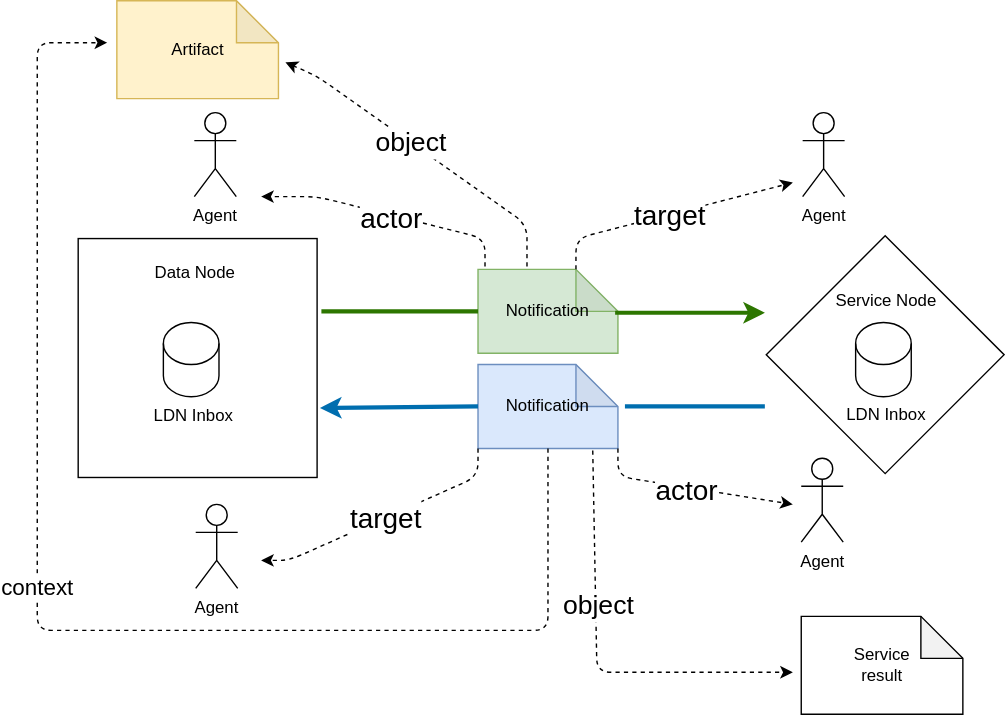
Above: images/network.svg in MellonScholarlyCommunication/spec-notifications (draw.io), before the change. Source tidied: cells renumbered, new cells last; positions are measured from the earlier drawing's top-left corner, leaving out a move shared by most shapes.
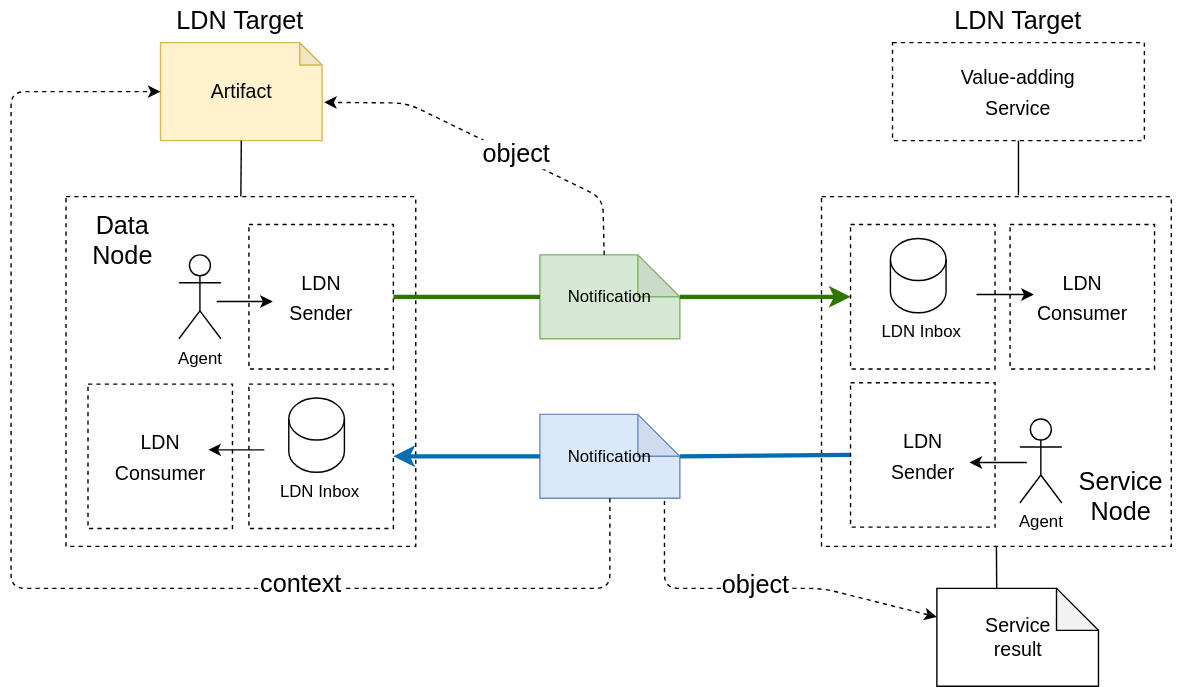
After the change.

What changed in the source:
```diff
@@ -2,152 +2,179 @@
   <root>
     <mxCell id="0" />
     <mxCell id="1" parent="0" />
+    <mxCell id="35" style="whiteSpace=wrap;html=1;dashed=1;" parent="1" vertex="1">
+      <mxGeometry x="539.2" y="170" width="250" height="250" as="geometry" />
+    </mxCell>
-    <mxCell id="2" style="whiteSpace=wrap;html=1;" parent="1" vertex="1">
-      <mxGeometry x="29.2" y="170" width="170.8" height="170.8" as="geometry" />
+    <mxCell id="2" style="whiteSpace=wrap;html=1;dashed=1;" parent="1" vertex="1">
+      <mxGeometry x="-0.8" y="170" width="250" height="250" as="geometry" />
     </mxCell>
-    <mxCell id="3" style="rhombus;whiteSpace=wrap;html=1;" parent="1" vertex="1">
-      <mxGeometry x="521" y="168" width="170" height="170" as="geometry" />
-    </mxCell>
     <mxCell id="4" value="Notification" style="shape=note;whiteSpace=wrap;html=1;backgroundOutline=1;darkOpacity=0.05;fillColor=#d5e8d4;strokeColor=#82b366;" parent="1" vertex="1">
-      <mxGeometry x="315" y="192" width="100" height="60" as="geometry" />
+      <mxGeometry x="338" y="211.6" width="100" height="60" as="geometry" />
     </mxCell>
-    <mxCell id="5" style="endArrow=none;html=1;rounded=0;exitX=1.018;exitY=0.305;exitDx=0;exitDy=0;entryX=0;entryY=0.5;entryDx=0;entryDy=0;entryPerimeter=0;exitPerimeter=0;strokeWidth=3;fillColor=#60a917;strokeColor=#2D7600;" parent="1" edge="1" source="2" target="4">
+    <mxCell id="5" style="endArrow=none;html=1;rounded=0;strokeWidth=3;fillColor=#60a917;strokeColor=#2D7600;exitX=1;exitY=0.5;exitDx=0;exitDy=0;entryX=0;entryY=0.5;entryDx=0;entryDy=0;entryPerimeter=0;" parent="1" edge="1" source="41" target="4">
       <mxGeometry relative="1" as="geometry" />
     </mxCell>
-    <mxCell id="6" value="Artifact" style="shape=note;whiteSpace=wrap;html=1;backgroundOutline=1;darkOpacity=0.05;fillColor=#fff2cc;strokeColor=#d6b656;" parent="1" vertex="1">
-      <mxGeometry x="56.9" width="115.5" height="70" as="geometry" />
+    <mxCell id="6" value="&lt;font style=&quot;font-size: 14px;&quot;&gt;Artifact&lt;/font&gt;" style="shape=note;whiteSpace=wrap;html=1;backgroundOutline=1;darkOpacity=0.05;fillColor=#fff2cc;strokeColor=#d6b656;size=16;" parent="1" vertex="1">
+      <mxGeometry x="66.8" y="60" width="115.5" height="70" as="geometry" />
     </mxCell>
-    <mxCell id="7" value="Agent" style="shape=umlActor;verticalLabelPosition=bottom;verticalAlign=top;html=1;" parent="1" vertex="1">
-      <mxGeometry x="112.2" y="80" width="30" height="60" as="geometry" />
-    </mxCell>
-    <mxCell id="8" value="Agent" style="shape=umlActor;verticalLabelPosition=bottom;verticalAlign=top;html=1;" parent="1" vertex="1">
-      <mxGeometry x="546" y="327" width="30" height="60" as="geometry" />
-    </mxCell>
-    <mxCell id="9" style="endArrow=classic;html=1;rounded=0;entryX=0.065;entryY=0.559;entryDx=0;entryDy=0;entryPerimeter=0;strokeWidth=3;fillColor=#60a917;strokeColor=#2D7600;" parent="1" edge="1">
-      <mxGeometry relative="1" as="geometry">
-        <mxPoint x="413" y="223" as="sourcePoint" />
-        <mxPoint x="520" y="223" as="targetPoint" />
-      </mxGeometry>
-    </mxCell>
-    <mxCell id="10" style="shape=cylinder3;whiteSpace=wrap;html=1;boundedLbl=1;backgroundOutline=1;size=15;" parent="1" vertex="1">
-      <mxGeometry x="90.1" y="230" width="39.8" height="53" as="geometry" />
-    </mxCell>
-    <mxCell id="11" value="LDN Inbox" style="text;html=1;strokeColor=none;fillColor=none;align=center;verticalAlign=middle;whiteSpace=wrap;rounded=0;" parent="1" vertex="1">
-      <mxGeometry x="82.2" y="282" width="60" height="30" as="geometry" />
-    </mxCell>
-    <mxCell id="12" style="shape=cylinder3;whiteSpace=wrap;html=1;boundedLbl=1;backgroundOutline=1;size=15;" parent="1" vertex="1">
-      <mxGeometry x="584.9" y="230" width="39.8" height="53" as="geometry" />
-    </mxCell>
-    <mxCell id="13" value="LDN Inbox" style="text;html=1;strokeColor=none;fillColor=none;align=center;verticalAlign=middle;whiteSpace=wrap;rounded=0;" parent="1" vertex="1">
-      <mxGeometry x="577" y="281" width="60" height="30" as="geometry" />
-    </mxCell>
-    <mxCell id="14" style="endArrow=classic;html=1;rounded=1;entryX=1.043;entryY=0.629;entryDx=0;entryDy=0;entryPerimeter=0;dashed=1;" parent="1" edge="1" target="6">
-      <mxGeometry relative="1" as="geometry">
-        <mxPoint x="350" y="190" as="sourcePoint" />
-        <Array as="points">
-          <mxPoint x="350" y="160" />
-          <mxPoint x="200" y="54" />
-        </Array>
-      </mxGeometry>
-    </mxCell>
-    <mxCell id="15" value="&lt;font style=&quot;font-size: 19px&quot;&gt;object&lt;/font&gt;" style="edgeLabel;html=1;align=center;verticalAlign=middle;fontSize=16;" parent="14" vertex="1">
-      <mxGeometry x="0.11" y="1" relative="1" as="geometry" />
-    </mxCell>
-    <mxCell id="16" value="Data Node" style="text;html=1;strokeColor=none;fillColor=none;align=center;verticalAlign=middle;whiteSpace=wrap;rounded=0;" parent="1" vertex="1">
-      <mxGeometry x="83.2" y="180" width="60" height="30" as="geometry" />
+    <mxCell id="16" value="&lt;font style=&quot;font-size: 18px;&quot;&gt;Data &lt;br&gt;Node&lt;/font&gt;" style="text;html=1;strokeColor=none;fillColor=none;align=center;verticalAlign=middle;whiteSpace=wrap;rounded=0;" parent="1" vertex="1">
+      <mxGeometry x="-10" y="176.6" width="100" height="50" as="geometry" />
     </mxCell>
-    <mxCell id="17" value="Service Node" style="text;html=1;strokeColor=none;fillColor=none;align=center;verticalAlign=middle;whiteSpace=wrap;rounded=0;" parent="1" vertex="1">
-      <mxGeometry x="567" y="200" width="80" height="30" as="geometry" />
-    </mxCell>
-    <mxCell id="18" style="endArrow=classic;html=1;rounded=1;dashed=1;" parent="1" edge="1">
-      <mxGeometry relative="1" as="geometry">
-        <mxPoint x="320" y="190" as="sourcePoint" />
-        <mxPoint x="160" y="140" as="targetPoint" />
-        <Array as="points">
-          <mxPoint x="320" y="170" />
-          <mxPoint x="200" y="140" />
-        </Array>
-      </mxGeometry>
-    </mxCell>
-    <mxCell id="19" value="&lt;font style=&quot;font-size: 20px&quot;&gt;actor&lt;/font&gt;" style="edgeLabel;html=1;align=center;verticalAlign=middle;" parent="18" vertex="1">
-      <mxGeometry x="-0.03" y="1" relative="1" as="geometry" />
-    </mxCell>
-    <mxCell id="20" value="&lt;font style=&quot;font-size: 20px&quot;&gt;target&lt;/font&gt;" style="endArrow=classic;html=1;rounded=1;dashed=1;exitX=0;exitY=0;exitDx=70;exitDy=0;exitPerimeter=0;" parent="1" edge="1" source="4">
-      <mxGeometry relative="1" as="geometry">
-        <mxPoint x="540" y="130" as="targetPoint" />
-        <Array as="points">
-          <mxPoint x="385" y="170" />
-        </Array>
-      </mxGeometry>
-    </mxCell>
     <mxCell id="21" value="Notification" style="shape=note;whiteSpace=wrap;html=1;backgroundOutline=1;darkOpacity=0.05;fillColor=#dae8fc;strokeColor=#6c8ebf;" parent="1" vertex="1">
-      <mxGeometry x="315" y="260" width="100" height="60" as="geometry" />
+      <mxGeometry x="338" y="325.6" width="100" height="60" as="geometry" />
     </mxCell>
-    <mxCell id="22" style="endArrow=none;html=1;rounded=0;fillColor=#1ba1e2;strokeColor=#006EAF;strokeWidth=3;" parent="1" edge="1">
-      <mxGeometry relative="1" as="geometry">
-        <mxPoint x="420" y="290" as="sourcePoint" />
-        <mxPoint x="520" y="290" as="targetPoint" />
-      </mxGeometry>
+    <mxCell id="22" style="endArrow=none;html=1;rounded=0;fillColor=#1ba1e2;strokeColor=#006EAF;strokeWidth=3;entryX=0;entryY=0.5;entryDx=0;entryDy=0;exitX=0;exitY=0;exitDx=100;exitDy=30;exitPerimeter=0;" parent="1" edge="1" source="21" target="50">
+      <mxGeometry relative="1" as="geometry" />
     </mxCell>
+    <mxCell id="9" style="endArrow=classic;html=1;rounded=0;strokeWidth=3;fillColor=#60a917;strokeColor=#2D7600;entryX=0;entryY=0.5;entryDx=0;entryDy=0;exitX=0;exitY=0;exitDx=100;exitDy=30;exitPerimeter=0;" parent="1" edge="1" source="4" target="48">
+      <mxGeometry relative="1" as="geometry" />
+    </mxCell>
-    <mxCell id="23" style="endArrow=classic;html=1;rounded=0;exitX=0;exitY=0.5;exitDx=0;exitDy=0;exitPerimeter=0;entryX=1.012;entryY=0.709;entryDx=0;entryDy=0;entryPerimeter=0;fillColor=#1ba1e2;strokeColor=#006EAF;strokeWidth=3;" parent="1" edge="1" source="21" target="2">
+    <mxCell id="23" style="endArrow=classic;html=1;rounded=0;fillColor=#1ba1e2;strokeColor=#006EAF;strokeWidth=3;exitX=0;exitY=0.5;exitDx=0;exitDy=0;exitPerimeter=0;entryX=1;entryY=0.5;entryDx=0;entryDy=0;" parent="1" edge="1" source="21" target="40">
       <mxGeometry relative="1" as="geometry" />
     </mxCell>
-    <mxCell id="24" style="endArrow=classic;html=1;rounded=1;dashed=1;exitX=0.5;exitY=1;exitDx=0;exitDy=0;exitPerimeter=0;" parent="1" edge="1" source="21">
-      <mxGeometry relative="1" as="geometry">
-        <mxPoint x="50" y="30" as="targetPoint" />
-        <Array as="points">
-          <mxPoint x="365" y="340" />
-          <mxPoint x="365" y="450" />
-          <mxPoint y="450" />
-          <mxPoint y="30" />
-        </Array>
-      </mxGeometry>
-    </mxCell>
-    <mxCell id="25" value="context" style="edgeLabel;html=1;align=center;verticalAlign=middle;fontSize=16;" parent="24" vertex="1">
-      <mxGeometry x="0.09" y="1" relative="1" as="geometry" />
-    </mxCell>
-    <mxCell id="26" value="Agent" style="shape=umlActor;verticalLabelPosition=bottom;verticalAlign=top;html=1;" parent="1" vertex="1">
-      <mxGeometry x="113.2" y="360" width="30" height="60" as="geometry" />
-    </mxCell>
     <mxCell id="27" value="Agent" style="shape=umlActor;verticalLabelPosition=bottom;verticalAlign=top;html=1;" parent="1" vertex="1">
-      <mxGeometry x="547" y="80" width="30" height="60" as="geometry" />
+      <mxGeometry x="80" y="211.6" width="30" height="60" as="geometry" />
     </mxCell>
-    <mxCell id="28" style="endArrow=classic;html=1;rounded=1;dashed=1;exitX=1;exitY=1;exitDx=0;exitDy=0;exitPerimeter=0;" parent="1" edge="1" source="21">
-      <mxGeometry relative="1" as="geometry">
-        <mxPoint x="540" y="360" as="targetPoint" />
-        <Array as="points">
-          <mxPoint x="415" y="340" />
-        </Array>
-      </mxGeometry>
-    </mxCell>
-    <mxCell id="29" value="&lt;font style=&quot;font-size: 20px&quot;&gt;actor&lt;/font&gt;" style="edgeLabel;html=1;align=center;verticalAlign=middle;" parent="28" vertex="1">
-      <mxGeometry x="-0.06" y="-1" relative="1" as="geometry" />
-    </mxCell>
-    <mxCell id="30" style="endArrow=classic;html=1;rounded=1;dashed=1;exitX=0;exitY=1;exitDx=0;exitDy=0;exitPerimeter=0;" parent="1" edge="1" source="21">
-      <mxGeometry relative="1" as="geometry">
-        <mxPoint x="160" y="400" as="targetPoint" />
-        <Array as="points">
-          <mxPoint x="315" y="340" />
-          <mxPoint x="180" y="400" />
-        </Array>
-      </mxGeometry>
-    </mxCell>
-    <mxCell id="31" value="&lt;font style=&quot;font-size: 20px&quot;&gt;target&lt;/font&gt;" style="edgeLabel;html=1;align=center;verticalAlign=middle;" parent="30" vertex="1">
-      <mxGeometry x="-0.02" y="-1" relative="1" as="geometry" />
-    </mxCell>
-    <mxCell id="32" value="Service&lt;br&gt;result" style="shape=note;whiteSpace=wrap;html=1;backgroundOutline=1;darkOpacity=0.05;" parent="1" vertex="1">
-      <mxGeometry x="546" y="440" width="115.5" height="70" as="geometry" />
+    <mxCell id="32" value="&lt;font style=&quot;font-size: 14px;&quot;&gt;Service&lt;br&gt;result&lt;/font&gt;" style="shape=note;whiteSpace=wrap;html=1;backgroundOutline=1;darkOpacity=0.05;" parent="1" vertex="1">
+      <mxGeometry x="621.7" y="450" width="115.5" height="70" as="geometry" />
     </mxCell>
-    <mxCell id="33" style="endArrow=classic;html=1;rounded=1;exitX=0.82;exitY=1.025;exitDx=0;exitDy=0;exitPerimeter=0;dashed=1;" parent="1" edge="1" source="21">
+    <mxCell id="33" style="endArrow=classic;html=1;rounded=1;dashed=1;entryX=0.987;entryY=0.593;entryDx=0;entryDy=0;entryPerimeter=0;exitX=0.43;exitY=-0.019;exitDx=0;exitDy=0;exitPerimeter=0;" parent="1" edge="1">
       <mxGeometry relative="1" as="geometry">
-        <mxPoint x="540" y="480" as="targetPoint" />
+        <mxPoint x="383.9" y="211.6" as="sourcePoint" />
+        <mxPoint x="183.7" y="102.6" as="targetPoint" />
         <Array as="points">
-          <mxPoint x="400" y="480" />
+          <mxPoint x="382.9" y="171.1" />
+          <mxPoint x="242.9" y="103.1" />
         </Array>
       </mxGeometry>
     </mxCell>
-    <mxCell id="34" value="&lt;font style=&quot;font-size: 19px&quot;&gt;object&lt;/font&gt;" style="edgeLabel;html=1;align=center;verticalAlign=middle;" parent="33" vertex="1">
-      <mxGeometry x="-0.26" y="1" relative="1" as="geometry" />
-    </mxCell>
+    <mxCell id="36" value="&lt;font style=&quot;font-size: 18px;&quot;&gt;object&lt;/font&gt;" style="edgeLabel;html=1;align=center;verticalAlign=middle;" parent="33" vertex="1">
+      <mxGeometry x="0.43" y="1" relative="1" as="geometry">
+        <mxPoint x="66" y="30" as="offset" />
+      </mxGeometry>
+    </mxCell>
+    <mxCell id="37" style="group;" parent="1" vertex="1">
+      <mxGeometry x="130" y="304" width="103.2" height="103.2" as="geometry" />
+    </mxCell>
+    <mxCell id="38" style="shape=cylinder3;whiteSpace=wrap;html=1;boundedLbl=1;backgroundOutline=1;size=15;" parent="37" vertex="1">
+      <mxGeometry x="28.5" y="10" width="39.8" height="53" as="geometry" />
+    </mxCell>
+    <mxCell id="39" value="LDN Inbox" style="text;html=1;strokeColor=none;fillColor=none;align=center;verticalAlign=middle;whiteSpace=wrap;rounded=0;" parent="37" vertex="1">
+      <mxGeometry x="20.6" y="62" width="60" height="30" as="geometry" />
+    </mxCell>
+    <mxCell id="40" style="whiteSpace=wrap;html=1;dashed=1;fillColor=none;" parent="37" vertex="1">
+      <mxGeometry width="103.2" height="103.2" as="geometry" />
+    </mxCell>
+    <mxCell id="41" style="whiteSpace=wrap;html=1;dashed=1;fillColor=none;" parent="1" vertex="1">
+      <mxGeometry x="130" y="190" width="103.2" height="103.2" as="geometry" />
+    </mxCell>
+    <mxCell id="42" style="whiteSpace=wrap;html=1;dashed=1;fillColor=none;" parent="1" vertex="1">
+      <mxGeometry x="15" y="304" width="103.2" height="103.2" as="geometry" />
+    </mxCell>
+    <mxCell id="43" value="&lt;font style=&quot;font-size: 14px;&quot;&gt;LDN Sender&lt;/font&gt;" style="text;html=1;strokeColor=none;fillColor=none;align=center;verticalAlign=middle;whiteSpace=wrap;rounded=0;fontSize=18;" parent="1" vertex="1">
+      <mxGeometry x="151.6" y="226.6" width="60" height="30" as="geometry" />
+    </mxCell>
+    <mxCell id="44" value="&lt;font style=&quot;font-size: 14px;&quot;&gt;LDN&lt;br&gt;Consumer&lt;/font&gt;" style="text;html=1;strokeColor=none;fillColor=none;align=center;verticalAlign=middle;whiteSpace=wrap;rounded=0;fontSize=18;" parent="1" vertex="1">
+      <mxGeometry x="36.6" y="340.6" width="60" height="30" as="geometry" />
+    </mxCell>
+    <mxCell id="17" value="&lt;font style=&quot;font-size: 18px;&quot;&gt;Service &lt;br&gt;Node&lt;/font&gt;" style="text;html=1;strokeColor=none;fillColor=none;align=center;verticalAlign=middle;whiteSpace=wrap;rounded=0;" parent="1" vertex="1">
+      <mxGeometry x="695.6" y="360" width="114.5" height="50" as="geometry" />
+    </mxCell>
+    <mxCell id="45" style="group;" parent="1" vertex="1">
+      <mxGeometry x="560" y="190" width="103.2" height="103.2" as="geometry" />
+    </mxCell>
+    <mxCell id="46" style="shape=cylinder3;whiteSpace=wrap;html=1;boundedLbl=1;backgroundOutline=1;size=15;" parent="45" vertex="1">
+      <mxGeometry x="28.5" y="10" width="39.8" height="53" as="geometry" />
+    </mxCell>
+    <mxCell id="47" value="LDN Inbox" style="text;html=1;strokeColor=none;fillColor=none;align=center;verticalAlign=middle;whiteSpace=wrap;rounded=0;" parent="45" vertex="1">
+      <mxGeometry x="20.6" y="62" width="60" height="30" as="geometry" />
+    </mxCell>
+    <mxCell id="48" style="whiteSpace=wrap;html=1;dashed=1;fillColor=none;" parent="45" vertex="1">
+      <mxGeometry width="103.2" height="103.2" as="geometry" />
+    </mxCell>
+    <mxCell id="49" style="endArrow=classic;html=1;rounded=0;fontSize=14;" parent="45" edge="1">
+      <mxGeometry relative="1" as="geometry">
+        <mxPoint x="90" y="50" as="sourcePoint" />
+        <mxPoint x="131" y="50" as="targetPoint" />
+      </mxGeometry>
+    </mxCell>
+    <mxCell id="50" style="whiteSpace=wrap;html=1;dashed=1;fillColor=none;" parent="1" vertex="1">
+      <mxGeometry x="560" y="303" width="103.2" height="103.2" as="geometry" />
+    </mxCell>
+    <mxCell id="51" style="whiteSpace=wrap;html=1;dashed=1;fillColor=none;" parent="1" vertex="1">
+      <mxGeometry x="674" y="190" width="103.2" height="103.2" as="geometry" />
+    </mxCell>
+    <mxCell id="52" value="&lt;font style=&quot;font-size: 14px;&quot;&gt;LDN Sender&lt;/font&gt;" style="text;html=1;strokeColor=none;fillColor=none;align=center;verticalAlign=middle;whiteSpace=wrap;rounded=0;fontSize=18;" parent="1" vertex="1">
+      <mxGeometry x="581.6" y="339.6" width="60" height="30" as="geometry" />
+    </mxCell>
+    <mxCell id="53" value="&lt;font style=&quot;font-size: 14px;&quot;&gt;LDN&lt;br&gt;Consumer&lt;/font&gt;" style="text;html=1;strokeColor=none;fillColor=none;align=center;verticalAlign=middle;whiteSpace=wrap;rounded=0;fontSize=18;" parent="1" vertex="1">
+      <mxGeometry x="695.6" y="226.6" width="60" height="30" as="geometry" />
+    </mxCell>
+    <mxCell id="54" style="endArrow=classic;html=1;rounded=1;dashed=1;exitX=0.89;exitY=1.031;exitDx=0;exitDy=0;exitPerimeter=0;" parent="1" edge="1" source="21" target="32">
+      <mxGeometry relative="1" as="geometry">
+        <Array as="points">
+          <mxPoint x="427" y="450" />
+          <mxPoint x="540" y="450" />
+        </Array>
+      </mxGeometry>
+    </mxCell>
+    <mxCell id="55" value="object" style="edgeLabel;html=1;align=center;verticalAlign=middle;fontSize=18;" parent="54" vertex="1">
+      <mxGeometry x="-0.02" y="3" relative="1" as="geometry">
+        <mxPoint y="1" as="offset" />
+      </mxGeometry>
+    </mxCell>
+    <mxCell id="56" style="endArrow=classic;html=1;rounded=1;dashed=1;exitX=0.5;exitY=1;exitDx=0;exitDy=0;exitPerimeter=0;entryX=0;entryY=0.5;entryDx=0;entryDy=0;entryPerimeter=0;" parent="1" edge="1" source="21" target="6">
+      <mxGeometry relative="1" as="geometry">
+        <Array as="points">
+          <mxPoint x="388" y="450" />
+          <mxPoint x="-40" y="450" />
+          <mxPoint x="-40" y="95" />
+        </Array>
+      </mxGeometry>
+    </mxCell>
+    <mxCell id="25" value="context" style="edgeLabel;html=1;align=center;verticalAlign=middle;fontSize=18;" parent="56" vertex="1">
+      <mxGeometry x="-0.36" y="-3" relative="1" as="geometry">
+        <mxPoint x="17" as="offset" />
+      </mxGeometry>
+    </mxCell>
+    <mxCell id="57" value="Agent" style="shape=umlActor;verticalLabelPosition=bottom;verticalAlign=top;html=1;" parent="1" vertex="1">
+      <mxGeometry x="681" y="329" width="30" height="60" as="geometry" />
+    </mxCell>
+    <mxCell id="58" value="LDN Target" style="text;html=1;strokeColor=none;fillColor=none;align=center;verticalAlign=middle;whiteSpace=wrap;rounded=0;fontSize=18;" parent="1" vertex="1">
+      <mxGeometry x="65.4" y="30" width="118.4" height="30" as="geometry" />
+    </mxCell>
+    <mxCell id="59" style="endArrow=none;html=1;rounded=0;fontSize=18;exitX=0.5;exitY=0;exitDx=0;exitDy=0;entryX=0.5;entryY=1;entryDx=0;entryDy=0;entryPerimeter=0;" parent="1" edge="1" source="2" target="6">
+      <mxGeometry relative="1" as="geometry" />
+    </mxCell>
+    <mxCell id="60" value="LDN Target" style="text;html=1;strokeColor=none;fillColor=none;align=center;verticalAlign=middle;whiteSpace=wrap;rounded=0;fontSize=18;" parent="1" vertex="1">
+      <mxGeometry x="620.8" y="30" width="118.4" height="30" as="geometry" />
+    </mxCell>
+    <mxCell id="61" value="&lt;font style=&quot;font-size: 14px;&quot;&gt;Value-adding&lt;br&gt;Service&lt;/font&gt;" style="rounded=0;whiteSpace=wrap;html=1;dashed=1;fontSize=18;" parent="1" vertex="1">
+      <mxGeometry x="590" y="60" width="180" height="70" as="geometry" />
+    </mxCell>
+    <mxCell id="62" style="endArrow=none;html=1;rounded=0;fontSize=18;entryX=0.5;entryY=1;entryDx=0;entryDy=0;exitX=0.563;exitY=-0.004;exitDx=0;exitDy=0;exitPerimeter=0;" parent="1" edge="1" source="35" target="61">
+      <mxGeometry relative="1" as="geometry" />
+    </mxCell>
+    <mxCell id="63" style="endArrow=none;html=1;rounded=0;fontSize=18;entryX=0.5;entryY=1;entryDx=0;entryDy=0;exitX=0;exitY=0;exitDx=42.75;exitDy=0;exitPerimeter=0;" parent="1" edge="1" source="32" target="35">
+      <mxGeometry relative="1" as="geometry" />
+    </mxCell>
+    <mxCell id="64" style="endArrow=classic;html=1;rounded=0;fontSize=14;exitX=0.291;exitY=0.349;exitDx=0;exitDy=0;exitPerimeter=0;" parent="1" edge="1">
+      <mxGeometry relative="1" as="geometry">
+        <mxPoint x="141" y="351" as="sourcePoint" />
+        <mxPoint x="101" y="351" as="targetPoint" />
+      </mxGeometry>
+    </mxCell>
+    <mxCell id="65" style="endArrow=classic;html=1;rounded=0;fontSize=14;exitX=0.291;exitY=0.349;exitDx=0;exitDy=0;exitPerimeter=0;" parent="1" edge="1">
+      <mxGeometry relative="1" as="geometry">
+        <mxPoint x="107" y="245" as="sourcePoint" />
+        <mxPoint x="147" y="245" as="targetPoint" />
+      </mxGeometry>
+    </mxCell>
+    <mxCell id="66" style="endArrow=classic;html=1;rounded=0;fontSize=14;" parent="1" edge="1">
+      <mxGeometry relative="1" as="geometry">
+        <mxPoint x="686" y="360" as="sourcePoint" />
+        <mxPoint x="645" y="360" as="targetPoint" />
+      </mxGeometry>
+    </mxCell>
   </root>
 </mxGraphModel>
```
